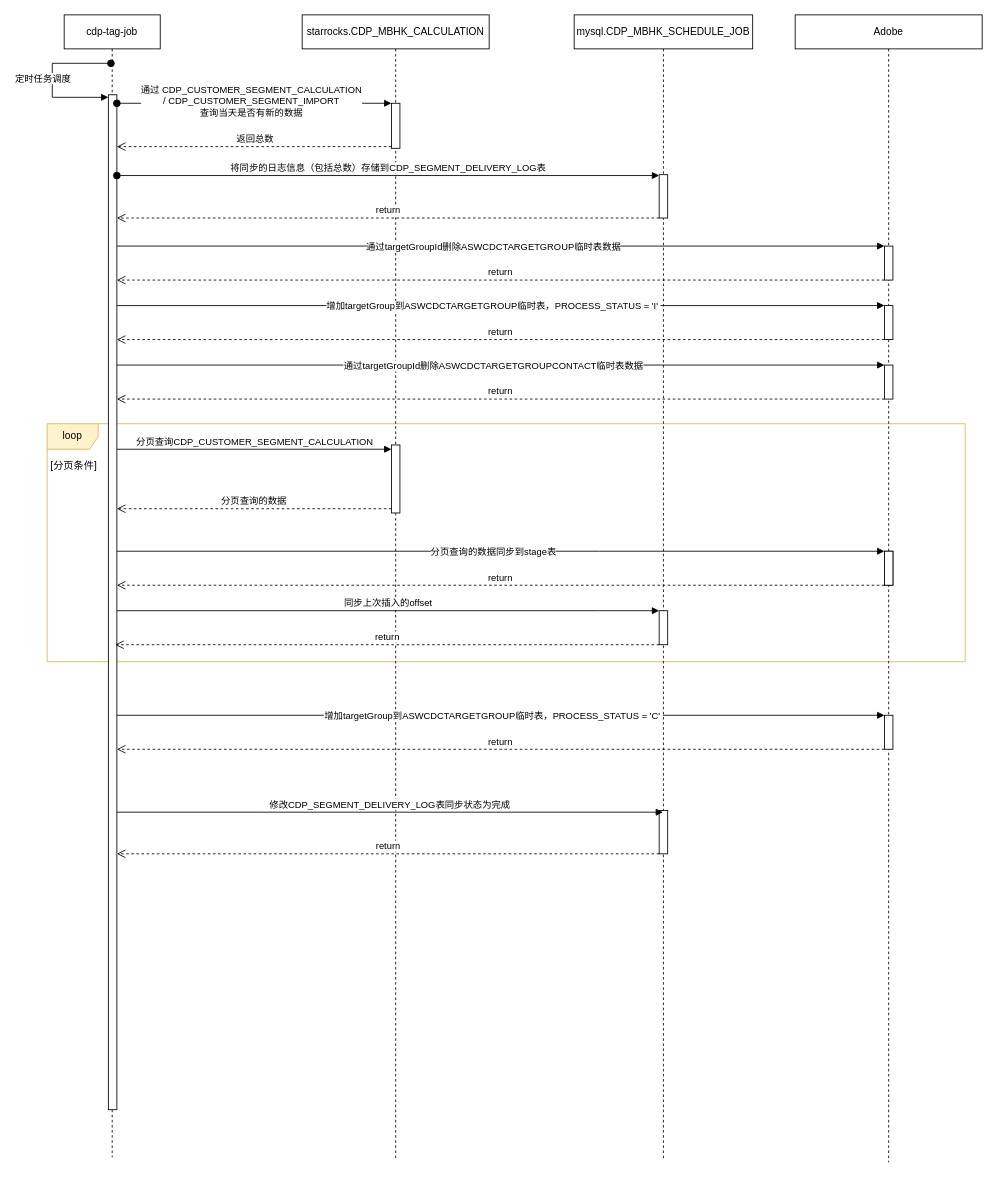
dearliwenhui/mydraw keeps this draw.io diagram as CDP->Adobe.drawio. Above is the earlier version. Source tidied: cells renumbered, new cells numbered last; positions are measured from the earlier drawing's top-left corner, leaving out a move shared by most shapes. Both pictures are drawn from the tidied source at 85%, with x=0, y=0 at pixel (37, 14).
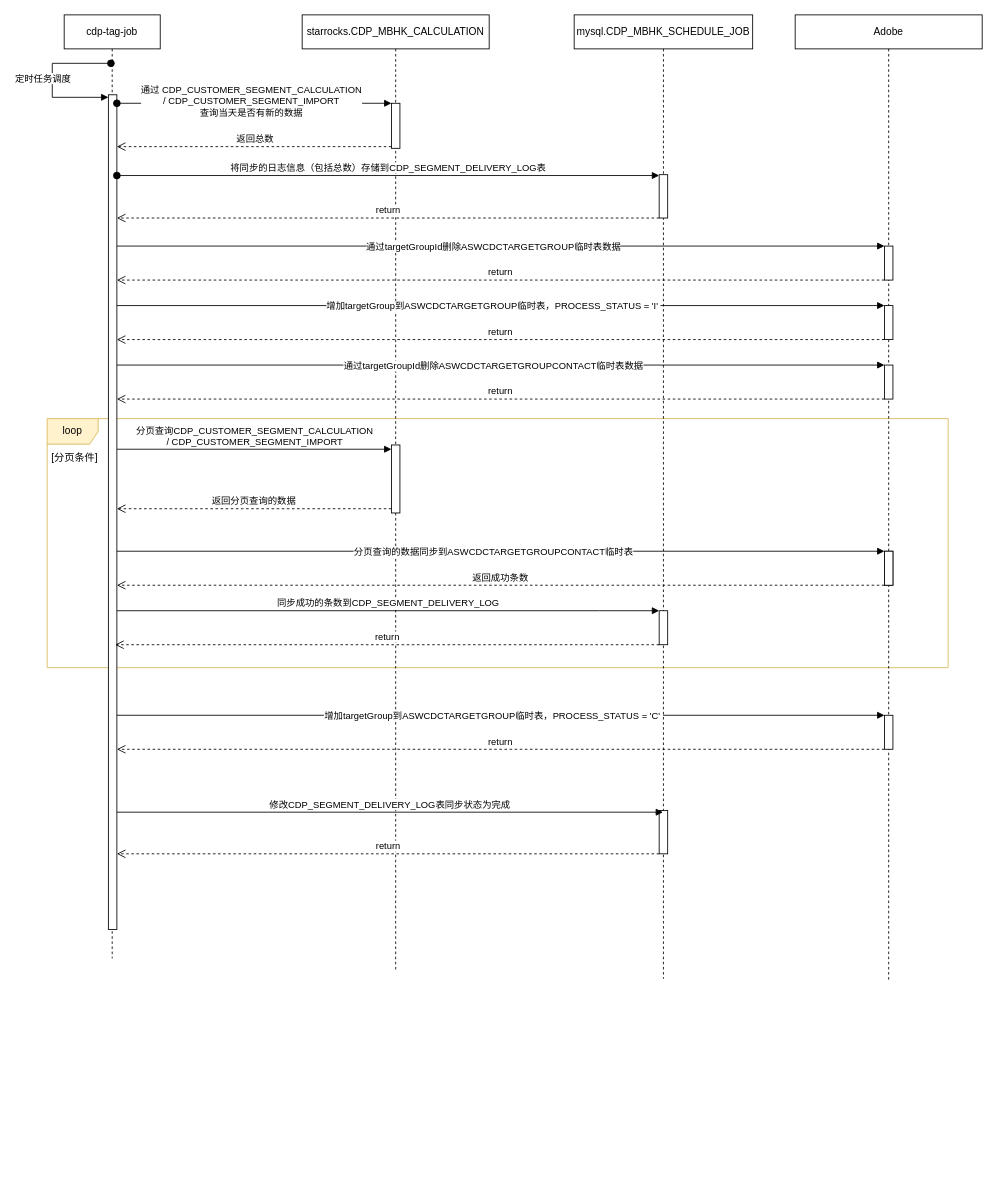
Above is the later version.

Unchanged cells that the change refers to:
```xml
<mxCell id="7" style="html=1;points=[];perimeter=orthogonalPerimeter;outlineConnect=0;targetShapes=umlLifeline;portConstraint=eastwest;newEdgeStyle={&quot;edgeStyle&quot;:&quot;elbowEdgeStyle&quot;,&quot;elbow&quot;:&quot;vertical&quot;,&quot;curved&quot;:0,&quot;rounded&quot;:0};" parent="5" vertex="1">
  <mxGeometry x="105" y="506" width="10" height="80" as="geometry" />
</mxCell>
<mxCell id="12" style="html=1;points=[];perimeter=orthogonalPerimeter;outlineConnect=0;targetShapes=umlLifeline;portConstraint=eastwest;newEdgeStyle={&quot;edgeStyle&quot;:&quot;elbowEdgeStyle&quot;,&quot;elbow&quot;:&quot;vertical&quot;,&quot;curved&quot;:0,&quot;rounded&quot;:0};" parent="11" vertex="1">
  <mxGeometry x="105" y="631" width="10" height="40" as="geometry" />
</mxCell>
<mxCell id="31" style="html=1;points=[];perimeter=orthogonalPerimeter;outlineConnect=0;targetShapes=umlLifeline;portConstraint=eastwest;newEdgeStyle={&quot;edgeStyle&quot;:&quot;elbowEdgeStyle&quot;,&quot;elbow&quot;:&quot;vertical&quot;,&quot;curved&quot;:0,&quot;rounded&quot;:0};" parent="29" vertex="1">
  <mxGeometry x="100" y="701" width="10" height="40" as="geometry" />
</mxCell>
<mxCell id="36" style="html=1;verticalAlign=bottom;endArrow=block;edgeStyle=elbowEdgeStyle;elbow=vertical;curved=0;rounded=0;" parent="1" edge="1" target="12">
  <mxGeometry relative="1" as="geometry">
    <mxPoint x="94" y="631" as="sourcePoint" />
    <Array as="points">
      <mxPoint x="662" y="631" />
      <mxPoint x="652" y="621" />
      <mxPoint x="582" y="541" />
      <mxPoint x="962" y="511" />
    </Array>
  </mxGeometry>
</mxCell>
```

Change to the diagram source:
```diff
@@
     <mxCell id="2" value="loop" style="shape=umlFrame;whiteSpace=wrap;html=1;fillColor=#fff2cc;strokeColor=#d6b656;swimlaneFillColor=none;" parent="1" vertex="1">
-      <mxGeometry x="12" y="481" width="1080" height="280" as="geometry" />
+      <mxGeometry x="12" y="475" width="1060" height="293" as="geometry" />
     </mxCell>
     <mxCell id="3" value="cdp-tag-job" style="shape=umlLifeline;perimeter=lifelinePerimeter;whiteSpace=wrap;html=1;newEdgeStyle={&quot;edgeStyle&quot;:&quot;elbowEdgeStyle&quot;,&quot;elbow&quot;:&quot;vertical&quot;,&quot;curved&quot;:0,&quot;rounded&quot;:0};" parent="1" vertex="1">
-      <mxGeometry x="32" width="113" height="1344" as="geometry" />
+      <mxGeometry x="32" width="113" height="1110" as="geometry" />
     </mxCell>
     <mxCell id="4" style="html=1;points=[];perimeter=orthogonalPerimeter;outlineConnect=0;targetShapes=umlLifeline;portConstraint=eastwest;newEdgeStyle={&quot;edgeStyle&quot;:&quot;elbowEdgeStyle&quot;,&quot;elbow&quot;:&quot;vertical&quot;,&quot;curved&quot;:0,&quot;rounded&quot;:0};" parent="3" vertex="1">
-      <mxGeometry x="52" y="94" width="10" height="1194" as="geometry" />
+      <mxGeometry x="52" y="94" width="10" height="982" as="geometry" />
     </mxCell>
     <mxCell id="5" value="starrocks.CDP_MBHK_CALCULATION" style="shape=umlLifeline;perimeter=lifelinePerimeter;whiteSpace=wrap;html=1;newEdgeStyle={&quot;edgeStyle&quot;:&quot;elbowEdgeStyle&quot;,&quot;elbow&quot;:&quot;vertical&quot;,&quot;curved&quot;:0,&quot;rounded&quot;:0};" parent="1" vertex="1">
-      <mxGeometry x="312" width="220" height="1347" as="geometry" />
+      <mxGeometry x="312" width="220" height="1123" as="geometry" />
     </mxCell>
@@
     <mxCell id="11" value="Adobe" style="shape=umlLifeline;perimeter=lifelinePerimeter;whiteSpace=wrap;html=1;newEdgeStyle={&quot;edgeStyle&quot;:&quot;elbowEdgeStyle&quot;,&quot;elbow&quot;:&quot;vertical&quot;,&quot;curved&quot;:0,&quot;rounded&quot;:0};" parent="1" vertex="1">
-      <mxGeometry x="892" width="220" height="1350" as="geometry" />
+      <mxGeometry x="892" width="220" height="1136" as="geometry" />
     </mxCell>
@@
     <mxCell id="29" value="mysql.CDP_MBHK_SCHEDULE_JOB" style="shape=umlLifeline;perimeter=lifelinePerimeter;whiteSpace=wrap;html=1;outlineConnect=0;portConstraint=eastwest;newEdgeStyle={&quot;edgeStyle&quot;:&quot;elbowEdgeStyle&quot;,&quot;elbow&quot;:&quot;vertical&quot;,&quot;curved&quot;:0,&quot;rounded&quot;:0};" parent="1" vertex="1">
-      <mxGeometry x="632" width="210" height="1347" as="geometry" />
+      <mxGeometry x="632" width="210" height="1134" as="geometry" />
     </mxCell>
@@
-    <mxCell id="37" value="分页查询的数据同步到stage表" style="edgeLabel;html=1;align=center;verticalAlign=middle;" parent="36" vertex="1">
+    <mxCell id="37" value="分页查询的数据同步到ASWCDCTARGETGROUPCONTACT临时表" style="edgeLabel;html=1;align=center;verticalAlign=middle;" parent="36" vertex="1">
       <mxGeometry x="-0.02" relative="1" as="geometry" />
     </mxCell>
-    <mxCell id="38" value="return" style="html=1;verticalAlign=bottom;endArrow=open;dashed=1;endSize=8;edgeStyle=elbowEdgeStyle;elbow=vertical;curved=0;rounded=0;" parent="1" edge="1" source="12">
+    <mxCell id="38" value="返回成功条数" style="html=1;verticalAlign=bottom;endArrow=open;dashed=1;endSize=8;edgeStyle=elbowEdgeStyle;elbow=vertical;curved=0;rounded=0;" parent="1" edge="1" source="12">
       <mxGeometry relative="1" as="geometry">
         <mxPoint x="94" y="671" as="targetPoint" />
         <Array as="points">
           <mxPoint x="592" y="671" />
           <mxPoint x="852" y="691" />
           <mxPoint x="662" y="681" />
           <mxPoint x="622" y="691" />
           <mxPoint x="572" y="571" />
         </Array>
       </mxGeometry>
     </mxCell>
-    <mxCell id="39" value="分页查询CDP_CUSTOMER_SEGMENT_CALCULATION" style="html=1;verticalAlign=bottom;endArrow=block;edgeStyle=elbowEdgeStyle;elbow=vertical;curved=0;rounded=0;" parent="1" edge="1" target="7">
+    <mxCell id="39" value="分页查询CDP_CUSTOMER_SEGMENT_CALCULATION&lt;div style=&quot;border-color: var(--border-color);&quot;&gt;/&amp;nbsp;CDP_CUSTOMER_SEGMENT_IMPORT&lt;/div&gt;" style="html=1;verticalAlign=bottom;endArrow=block;edgeStyle=elbowEdgeStyle;elbow=vertical;curved=0;rounded=0;" parent="1" edge="1" target="7">
       <mxGeometry relative="1" as="geometry">
         <mxPoint x="94" y="511" as="sourcePoint" />
         <Array as="points">
           <mxPoint x="292" y="511" />
         </Array>
       </mxGeometry>
     </mxCell>
-    <mxCell id="40" value="分页查询的数据" style="html=1;verticalAlign=bottom;endArrow=open;dashed=1;endSize=8;edgeStyle=elbowEdgeStyle;elbow=vertical;curved=0;rounded=0;" parent="1" edge="1" source="7">
+    <mxCell id="40" value="返回分页查询的数据" style="html=1;verticalAlign=bottom;endArrow=open;dashed=1;endSize=8;edgeStyle=elbowEdgeStyle;elbow=vertical;curved=0;rounded=0;" parent="1" edge="1" source="7">
       <mxGeometry relative="1" as="geometry">
         <mxPoint x="94" y="581" as="targetPoint" />
         <Array as="points">
           <mxPoint x="242" y="581" />
         </Array>
       </mxGeometry>
     </mxCell>
-    <mxCell id="41" value="同步上次插入的offset" style="html=1;verticalAlign=bottom;endArrow=block;edgeStyle=elbowEdgeStyle;elbow=vertical;curved=0;rounded=0;" parent="1" edge="1" target="31">
+    <mxCell id="41" value="同步成功的条数到CDP_SEGMENT_DELIVERY_LOG" style="html=1;verticalAlign=bottom;endArrow=block;edgeStyle=elbowEdgeStyle;elbow=vertical;curved=0;rounded=0;" parent="1" edge="1" target="31">
       <mxGeometry relative="1" as="geometry">
         <mxPoint x="94" y="701" as="sourcePoint" />
         <Array as="points">
           <mxPoint x="662" y="701" />
         </Array>
       </mxGeometry>
     </mxCell>
@@
     <mxCell id="44" value="[分页条件]" style="text;html=1;align=center;verticalAlign=middle;strokeColor=none;fillColor=none;" parent="1" vertex="1">
-      <mxGeometry x="6" y="518" width="73" height="26" as="geometry" />
+      <mxGeometry x="7" y="508" width="73" height="26" as="geometry" />
     </mxCell>
```
